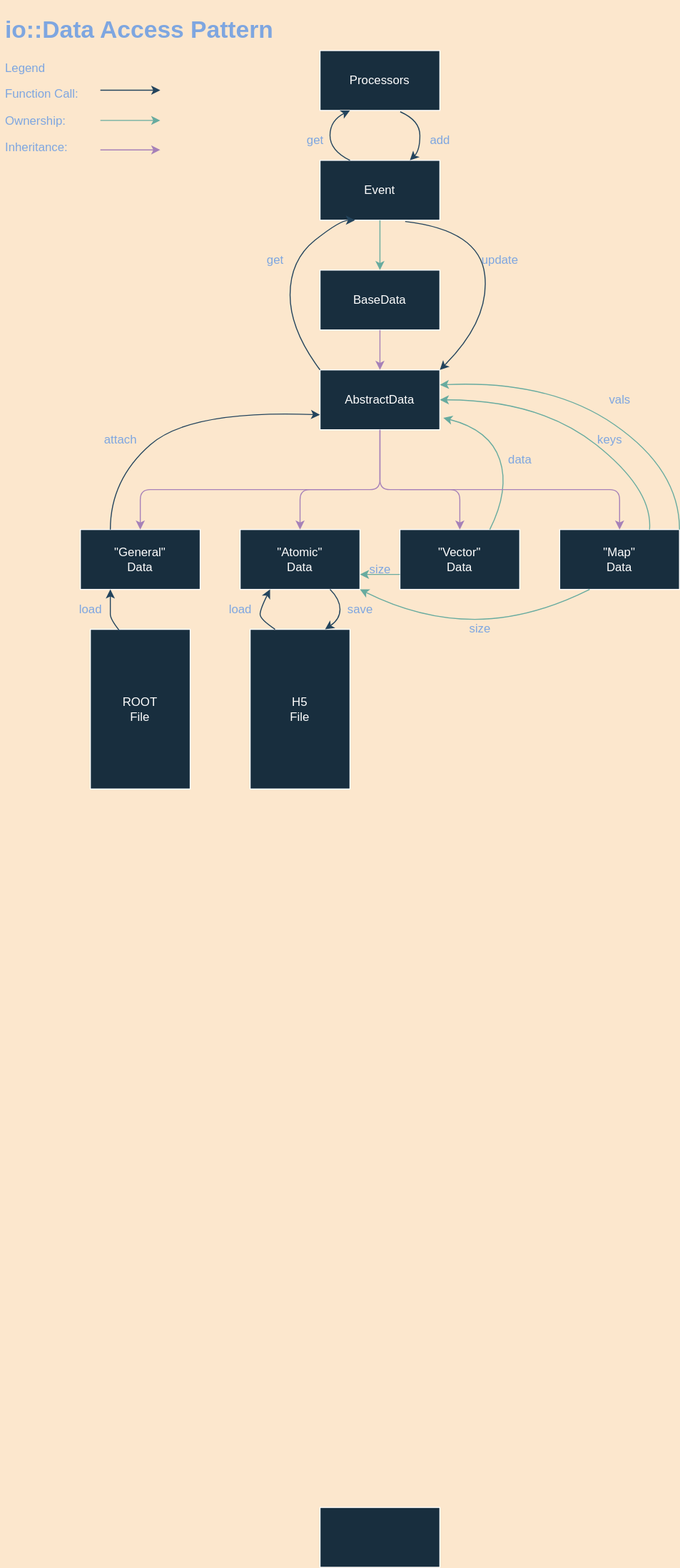
Above: docs/fire_io_Data_AccessPattern.svg in LDMX-Software/fire (draw.io), before the change. Source tidied: cells renumbered, new cells last; positions are measured from the earlier drawing's top-left corner, leaving out a move shared by most shapes.
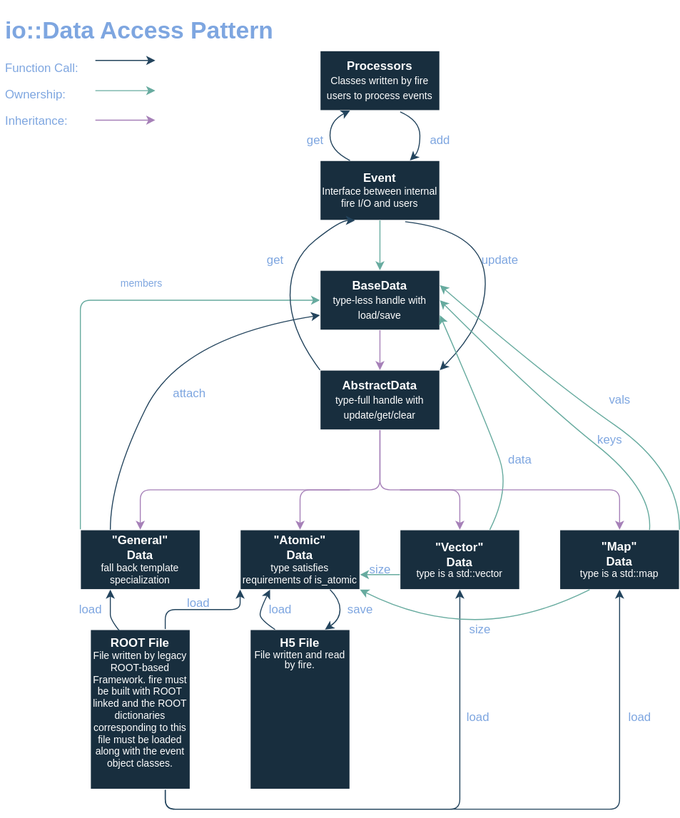
Later version of the same file.

Commit message:
copy in first draft of io::Data access pattern diagram

Diff of the diagram source:
```diff
@@ -1,44 +1,53 @@
-<mxGraphModel background="#FCE7CD">
+<mxGraphModel>
   <root>
     <mxCell id="0" />
     <mxCell id="1" parent="0" />
-    <mxCell id="2" style="whiteSpace=wrap;html=1;fillColor=#182E3E;strokeColor=#FFFFFF;fontColor=#FFFFFF;" parent="1" vertex="1">
-      <mxGeometry x="320" y="1500" width="120" height="60" as="geometry" />
-    </mxCell>
-    <mxCell id="3" value="Processors" style="whiteSpace=wrap;html=1;fillColor=#182E3E;strokeColor=#FFFFFF;fontColor=#FFFFFF;" parent="1" vertex="1">
+    <mxCell id="3" value="&lt;div style=&quot;&quot;&gt;&lt;b&gt;Processors&lt;/b&gt;&lt;/div&gt;&lt;font size=&quot;1&quot;&gt;Classes written by fire users to process events&lt;/font&gt;" style="whiteSpace=wrap;html=1;fillColor=#182E3E;strokeColor=#FFFFFF;fontColor=#FFFFFF;" parent="1" vertex="1">
       <mxGeometry x="320" y="40" width="120" height="60" as="geometry" />
     </mxCell>
-    <mxCell id="4" value="&lt;div&gt;Event&lt;/div&gt;" style="whiteSpace=wrap;html=1;fillColor=#182E3E;strokeColor=#FFFFFF;fontColor=#FFFFFF;" parent="1" vertex="1">
+    <mxCell id="4" value="&lt;div&gt;&lt;b&gt;Event&lt;/b&gt;&lt;/div&gt;&lt;div style=&quot;font-size: 10px;&quot;&gt;Interface between internal fire I/O and users&lt;br&gt;&lt;/div&gt;" style="whiteSpace=wrap;html=1;fillColor=#182E3E;strokeColor=#FFFFFF;fontColor=#FFFFFF;" parent="1" vertex="1">
       <mxGeometry x="320" y="150" width="120" height="60" as="geometry" />
     </mxCell>
-    <mxCell id="5" value="&lt;div&gt;BaseData&lt;/div&gt;" style="whiteSpace=wrap;html=1;fillColor=#182E3E;strokeColor=#FFFFFF;fontColor=#FFFFFF;" parent="1" vertex="1">
+    <mxCell id="5" value="&lt;div&gt;&lt;b&gt;BaseData&lt;/b&gt;&lt;/div&gt;&lt;div&gt;&lt;font style=&quot;font-size: 10px; line-height: 1;&quot;&gt;type-less handle with load/save&lt;/font&gt;&lt;br&gt;&lt;/div&gt;" style="whiteSpace=wrap;html=1;fillColor=#182E3E;strokeColor=#FFFFFF;fontColor=#FFFFFF;" parent="1" vertex="1">
       <mxGeometry x="320" y="260" width="120" height="60" as="geometry" />
     </mxCell>
-    <mxCell id="6" value="AbstractData" style="whiteSpace=wrap;html=1;fillColor=#182E3E;strokeColor=#FFFFFF;fontColor=#FFFFFF;" parent="1" vertex="1">
+    <mxCell id="6" value="&lt;div&gt;&lt;b&gt;AbstractData&lt;/b&gt;&lt;/div&gt;&lt;font size=&quot;1&quot;&gt;type-full handle with update/get/clear&lt;/font&gt;" style="whiteSpace=wrap;html=1;fillColor=#182E3E;strokeColor=#FFFFFF;fontColor=#FFFFFF;" parent="1" vertex="1">
       <mxGeometry x="320" y="360" width="120" height="60" as="geometry" />
     </mxCell>
+    <mxCell id="49" style="edgeStyle=orthogonalEdgeStyle;curved=0;rounded=1;sketch=0;jettySize=auto;html=1;exitX=0;exitY=0;exitDx=0;exitDy=0;entryX=0;entryY=0.5;entryDx=0;entryDy=0;fontSize=10;fontColor=#7EA6E0;strokeColor=#67AB9F;" parent="1" edge="1" source="7" target="5">
+      <mxGeometry relative="1" as="geometry" />
+    </mxCell>
-    <mxCell id="7" value="&lt;div&gt;&quot;General&quot;&lt;/div&gt;&lt;div&gt;Data&lt;br&gt;&lt;/div&gt;" style="whiteSpace=wrap;html=1;fillColor=#182E3E;strokeColor=#FFFFFF;fontColor=#FFFFFF;" parent="1" vertex="1">
+    <mxCell id="7" value="&lt;div&gt;&lt;b&gt;&quot;General&quot;&lt;/b&gt;&lt;/div&gt;&lt;div&gt;&lt;b&gt;Data&lt;/b&gt;&lt;/div&gt;&lt;div style=&quot;font-size: 10px;&quot;&gt;fall back template specialization&lt;br&gt;&lt;/div&gt;" style="whiteSpace=wrap;html=1;fillColor=#182E3E;strokeColor=#FFFFFF;fontColor=#FFFFFF;" parent="1" vertex="1">
       <mxGeometry x="80" y="520" width="120" height="60" as="geometry" />
     </mxCell>
-    <mxCell id="8" value="&lt;div&gt;&quot;Atomic&quot;&lt;/div&gt;&lt;div&gt;Data&lt;br&gt;&lt;/div&gt;" style="whiteSpace=wrap;html=1;fillColor=#182E3E;strokeColor=#FFFFFF;fontColor=#FFFFFF;" parent="1" vertex="1">
+    <mxCell id="8" value="&lt;div&gt;&lt;b&gt;&quot;Atomic&quot;&lt;/b&gt;&lt;/div&gt;&lt;div&gt;&lt;b&gt;Data&lt;/b&gt;&lt;/div&gt;&lt;div style=&quot;font-size: 10px;&quot;&gt;type satisfies requirements of is_atomic&lt;br&gt;&lt;/div&gt;" style="whiteSpace=wrap;html=1;fillColor=#182E3E;strokeColor=#FFFFFF;fontColor=#FFFFFF;" parent="1" vertex="1">
       <mxGeometry x="240" y="520" width="120" height="60" as="geometry" />
     </mxCell>
-    <mxCell id="9" value="&lt;div&gt;&quot;Vector&quot;&lt;/div&gt;&lt;div&gt;Data&lt;br&gt;&lt;/div&gt;" style="whiteSpace=wrap;html=1;fillColor=#182E3E;strokeColor=#FFFFFF;fontColor=#FFFFFF;" parent="1" vertex="1">
+    <mxCell id="9" value="&lt;div&gt;&lt;b&gt;&quot;Vector&quot;&lt;/b&gt;&lt;/div&gt;&lt;div&gt;&lt;b&gt;Data&lt;/b&gt;&lt;br&gt;&lt;/div&gt;&lt;div style=&quot;line-height: 1; font-size: 10px;&quot;&gt;type is a std::vector&lt;br&gt;&lt;/div&gt;" style="whiteSpace=wrap;html=1;fillColor=#182E3E;strokeColor=#FFFFFF;fontColor=#FFFFFF;" parent="1" vertex="1">
       <mxGeometry x="400" y="520" width="120" height="60" as="geometry" />
     </mxCell>
-    <mxCell id="10" value="&lt;div&gt;&quot;Map&quot;&lt;/div&gt;&lt;div&gt;Data&lt;br&gt;&lt;/div&gt;" style="whiteSpace=wrap;html=1;fillColor=#182E3E;strokeColor=#FFFFFF;fontColor=#FFFFFF;" parent="1" vertex="1">
+    <mxCell id="10" value="&lt;div&gt;&lt;b&gt;&quot;Map&quot;&lt;/b&gt;&lt;/div&gt;&lt;div&gt;&lt;b&gt;Data&lt;br&gt;&lt;/b&gt;&lt;/div&gt;&lt;div style=&quot;font-size: 10px;&quot;&gt;type is a std::map&lt;br&gt;&lt;/div&gt;" style="whiteSpace=wrap;html=1;fillColor=#182E3E;strokeColor=#FFFFFF;fontColor=#FFFFFF;" parent="1" vertex="1">
       <mxGeometry x="560" y="520" width="120" height="60" as="geometry" />
     </mxCell>
-    <mxCell id="11" value="&lt;div&gt;H5 &lt;br&gt;&lt;/div&gt;&lt;div&gt;File&lt;/div&gt;" style="whiteSpace=wrap;html=1;fillColor=#182E3E;strokeColor=#FFFFFF;fontColor=#FFFFFF;" parent="1" vertex="1">
+    <mxCell id="11" value="&lt;div&gt;&lt;b&gt;H5 File&lt;/b&gt;&lt;/div&gt;&lt;div style=&quot;line-height: 1; font-size: 10px;&quot;&gt;File written and read by fire.&lt;br&gt;&lt;/div&gt;" style="whiteSpace=wrap;html=1;fillColor=#182E3E;strokeColor=#FFFFFF;fontColor=#FFFFFF;verticalAlign=top;" parent="1" vertex="1">
       <mxGeometry x="250" y="620" width="100" height="160" as="geometry" />
     </mxCell>
+    <mxCell id="50" style="edgeStyle=orthogonalEdgeStyle;curved=0;rounded=1;sketch=0;jettySize=auto;html=1;exitX=0.75;exitY=1;exitDx=0;exitDy=0;entryX=0.5;entryY=1;entryDx=0;entryDy=0;fontSize=10;fontColor=#7EA6E0;strokeColor=#23445D;" parent="1" edge="1" source="12" target="9">
+      <mxGeometry relative="1" as="geometry" />
+    </mxCell>
+    <mxCell id="51" style="edgeStyle=orthogonalEdgeStyle;curved=0;rounded=1;sketch=0;jettySize=auto;html=1;exitX=0.75;exitY=1;exitDx=0;exitDy=0;entryX=0.5;entryY=1;entryDx=0;entryDy=0;fontSize=10;fontColor=#7EA6E0;strokeColor=#23445D;" parent="1" edge="1" source="12" target="10">
+      <mxGeometry relative="1" as="geometry" />
+    </mxCell>
+    <mxCell id="52" style="edgeStyle=orthogonalEdgeStyle;curved=0;rounded=1;sketch=0;jettySize=auto;html=1;exitX=0.75;exitY=0;exitDx=0;exitDy=0;entryX=0;entryY=1;entryDx=0;entryDy=0;fontSize=10;fontColor=#7EA6E0;strokeColor=#23445D;" parent="1" edge="1" source="12" target="8">
+      <mxGeometry relative="1" as="geometry" />
+    </mxCell>
-    <mxCell id="12" value="&lt;div&gt;ROOT&lt;/div&gt;&lt;div&gt; File&lt;/div&gt;" style="whiteSpace=wrap;html=1;fillColor=#182E3E;strokeColor=#FFFFFF;fontColor=#FFFFFF;" parent="1" vertex="1">
+    <mxCell id="12" value="&lt;div&gt;&lt;b&gt;ROOT File&lt;/b&gt;&lt;/div&gt;&lt;div style=&quot;font-size: 10px;&quot;&gt;File written by legacy ROOT-based Framework. fire must be built with ROOT linked and the ROOT dictionaries corresponding to this file must be loaded along with the event object classes.&lt;br&gt;&lt;/div&gt;" style="whiteSpace=wrap;html=1;fillColor=#182E3E;strokeColor=#FFFFFF;fontColor=#FFFFFF;verticalAlign=top;" parent="1" vertex="1">
       <mxGeometry x="90" y="620" width="100" height="160" as="geometry" />
     </mxCell>
     <mxCell id="13" style="endArrow=classic;html=1;exitX=0.5;exitY=1;exitDx=0;exitDy=0;entryX=0.5;entryY=0;entryDx=0;entryDy=0;labelBackgroundColor=#FCE7CD;strokeColor=#A680B8;" parent="1" edge="1" source="5" target="6">
       <mxGeometry relative="1" as="geometry" />
     </mxCell>
-    <mxCell id="14" value="&lt;p style=&quot;line-height: 0.9;&quot;&gt;&lt;/p&gt;&lt;h1&gt;io::Data Access Pattern&lt;br&gt;&lt;/h1&gt;&lt;p&gt;Legend&lt;/p&gt;&lt;p&gt;Function Call:&lt;/p&gt;&lt;p&gt;Ownership:&lt;/p&gt;&lt;p&gt;Inheritance:&lt;br&gt;&lt;/p&gt;&lt;p&gt;&lt;/p&gt;" style="text;html=1;strokeColor=none;fillColor=none;spacing=5;spacingTop=-20;whiteSpace=wrap;overflow=hidden;rounded=0;sketch=0;fontColor=#7EA6E0;" parent="1" vertex="1">
+    <mxCell id="14" value="&lt;p style=&quot;line-height: 0.9;&quot;&gt;&lt;/p&gt;&lt;h1&gt;io::Data Access Pattern&lt;br&gt;&lt;/h1&gt;&lt;p&gt;Function Call:&lt;/p&gt;&lt;p&gt;Ownership:&lt;/p&gt;&lt;p&gt;Inheritance:&lt;br&gt;&lt;/p&gt;&lt;p&gt;&lt;/p&gt;" style="text;html=1;strokeColor=none;fillColor=none;spacing=5;spacingTop=-20;whiteSpace=wrap;overflow=hidden;rounded=0;sketch=0;fontColor=#7EA6E0;" parent="1" vertex="1">
       <mxGeometry width="280" height="160" as="geometry" />
     </mxCell>
     <mxCell id="15" style="curved=1;endArrow=classic;html=1;rounded=1;sketch=0;fontColor=#7EA6E0;strokeColor=#23445D;entryX=0.25;entryY=1;entryDx=0;entryDy=0;exitX=0.25;exitY=0;exitDx=0;exitDy=0;" parent="1" edge="1" source="4" target="3">
@@ -91,16 +100,16 @@
     <mxCell id="23" style="endArrow=classic;html=1;rounded=1;sketch=0;fontColor=#7EA6E0;strokeColor=#67AB9F;curved=0;entryX=0.5;entryY=0;entryDx=0;entryDy=0;exitX=0.5;exitY=1;exitDx=0;exitDy=0;" parent="1" edge="1" source="4" target="5">
       <mxGeometry relative="1" as="geometry" />
     </mxCell>
-    <mxCell id="24" style="curved=1;endArrow=classic;html=1;rounded=1;sketch=0;fontColor=#7EA6E0;strokeColor=#23445D;exitX=0.25;exitY=0;exitDx=0;exitDy=0;entryX=0;entryY=0.75;entryDx=0;entryDy=0;" parent="1" edge="1" source="7" target="6">
+    <mxCell id="24" style="curved=1;endArrow=classic;html=1;rounded=1;sketch=0;fontColor=#7EA6E0;strokeColor=#23445D;exitX=0.25;exitY=0;exitDx=0;exitDy=0;entryX=0;entryY=0.75;entryDx=0;entryDy=0;" parent="1" edge="1" source="7" target="5">
       <mxGeometry relative="1" as="geometry">
         <Array as="points">
           <mxPoint x="110" y="470" />
-          <mxPoint x="190" y="400" />
+          <mxPoint x="181" y="327" />
         </Array>
       </mxGeometry>
     </mxCell>
     <mxCell id="25" value="attach" style="text;html=1;align=center;verticalAlign=middle;strokeColor=none;fillColor=none;fontColor=#7EA6E0;" parent="1" vertex="1">
-      <mxGeometry x="95" y="420" width="50" height="20" as="geometry" />
+      <mxGeometry x="164" y="374" width="50" height="20" as="geometry" />
     </mxCell>
     <mxCell id="26" style="endArrow=classic;html=1;rounded=1;sketch=0;fontColor=#7EA6E0;strokeColor=#67AB9F;curved=0;exitX=0;exitY=0.75;exitDx=0;exitDy=0;entryX=1;entryY=0.75;entryDx=0;entryDy=0;" parent="1" edge="1" source="9" target="8">
       <mxGeometry relative="1" as="geometry" />
@@ -119,7 +128,7 @@
     <mxCell id="29" value="size" style="text;html=1;align=center;verticalAlign=middle;strokeColor=none;fillColor=none;fontColor=#7EA6E0;" parent="1" vertex="1">
       <mxGeometry x="460" y="610" width="40" height="20" as="geometry" />
     </mxCell>
-    <mxCell id="30" style="curved=1;endArrow=classic;html=1;rounded=1;sketch=0;fontColor=#7EA6E0;strokeColor=#67AB9F;exitX=0.75;exitY=0;exitDx=0;exitDy=0;entryX=1.029;entryY=0.802;entryDx=0;entryDy=0;entryPerimeter=0;" parent="1" edge="1" source="9" target="6">
+    <mxCell id="30" style="curved=1;endArrow=classic;html=1;rounded=1;sketch=0;fontColor=#7EA6E0;strokeColor=#67AB9F;exitX=0.75;exitY=0;exitDx=0;exitDy=0;entryX=1;entryY=0.75;entryDx=0;entryDy=0;" parent="1" edge="1" source="9" target="5">
       <mxGeometry relative="1" as="geometry">
         <Array as="points">
           <mxPoint x="510" y="480" />
@@ -127,7 +136,7 @@
         </Array>
       </mxGeometry>
     </mxCell>
-    <mxCell id="31" style="curved=1;endArrow=classic;html=1;rounded=1;sketch=0;fontColor=#7EA6E0;strokeColor=#67AB9F;exitX=0.75;exitY=0;exitDx=0;exitDy=0;entryX=1;entryY=0.5;entryDx=0;entryDy=0;" parent="1" edge="1" source="10" target="6">
+    <mxCell id="31" style="curved=1;endArrow=classic;html=1;rounded=1;sketch=0;fontColor=#7EA6E0;strokeColor=#67AB9F;exitX=0.75;exitY=0;exitDx=0;exitDy=0;entryX=1;entryY=0.5;entryDx=0;entryDy=0;" parent="1" edge="1" source="10" target="5">
       <mxGeometry relative="1" as="geometry">
         <Array as="points">
           <mxPoint x="653.3" y="480" />
@@ -135,7 +144,7 @@
         </Array>
       </mxGeometry>
     </mxCell>
-    <mxCell id="32" style="curved=1;endArrow=classic;html=1;rounded=1;sketch=0;fontColor=#7EA6E0;strokeColor=#67AB9F;exitX=1;exitY=0;exitDx=0;exitDy=0;entryX=1;entryY=0.25;entryDx=0;entryDy=0;" parent="1" edge="1" source="10" target="6">
+    <mxCell id="32" style="curved=1;endArrow=classic;html=1;rounded=1;sketch=0;fontColor=#7EA6E0;strokeColor=#67AB9F;exitX=1;exitY=0;exitDx=0;exitDy=0;entryX=1;entryY=0.25;entryDx=0;entryDy=0;" parent="1" edge="1" source="10" target="5">
       <mxGeometry relative="1" as="geometry">
         <Array as="points">
           <mxPoint x="680" y="460" />
@@ -172,7 +181,7 @@
       <mxGeometry x="340" y="590" width="40" height="20" as="geometry" />
     </mxCell>
     <mxCell id="39" value="load" style="text;html=1;align=center;verticalAlign=middle;strokeColor=none;fillColor=none;fontColor=#7EA6E0;" parent="1" vertex="1">
-      <mxGeometry x="220" y="590" width="40" height="20" as="geometry" />
+      <mxGeometry x="260" y="590" width="40" height="20" as="geometry" />
     </mxCell>
     <mxCell id="40" style="curved=1;endArrow=classic;html=1;rounded=1;sketch=0;fontColor=#7EA6E0;strokeColor=#23445D;entryX=0.25;entryY=1;entryDx=0;entryDy=0;exitX=0.292;exitY=0.009;exitDx=0;exitDy=0;exitPerimeter=0;" parent="1" edge="1" source="12" target="7">
       <mxGeometry relative="1" as="geometry">
@@ -187,20 +196,20 @@
     </mxCell>
     <mxCell id="42" style="endArrow=classic;html=1;rounded=1;sketch=0;fontColor=#7EA6E0;strokeColor=#23445D;curved=0;" parent="1" edge="1">
       <mxGeometry relative="1" as="geometry">
-        <mxPoint x="100" y="79.8" as="sourcePoint" />
-        <mxPoint x="160" y="79.8" as="targetPoint" />
+        <mxPoint x="95" y="49.8" as="sourcePoint" />
+        <mxPoint x="155" y="49.8" as="targetPoint" />
       </mxGeometry>
     </mxCell>
     <mxCell id="43" style="endArrow=classic;html=1;rounded=1;sketch=0;fontColor=#7EA6E0;strokeColor=#67AB9F;curved=0;" parent="1" edge="1">
       <mxGeometry relative="1" as="geometry">
-        <mxPoint x="100" y="110" as="sourcePoint" />
-        <mxPoint x="160" y="110" as="targetPoint" />
+        <mxPoint x="95" y="80" as="sourcePoint" />
+        <mxPoint x="155" y="80" as="targetPoint" />
       </mxGeometry>
     </mxCell>
     <mxCell id="44" style="endArrow=classic;html=1;rounded=1;sketch=0;fontColor=#7EA6E0;strokeColor=#A680B8;curved=0;" parent="1" edge="1">
       <mxGeometry relative="1" as="geometry">
-        <mxPoint x="100" y="139.5" as="sourcePoint" />
-        <mxPoint x="160" y="139.5" as="targetPoint" />
+        <mxPoint x="95" y="109.5" as="sourcePoint" />
+        <mxPoint x="155" y="109.5" as="targetPoint" />
       </mxGeometry>
     </mxCell>
     <mxCell id="45" style="endArrow=classic;html=1;rounded=1;sketch=0;fontColor=#7EA6E0;strokeColor=#A680B8;curved=0;exitX=0.5;exitY=1;exitDx=0;exitDy=0;entryX=0.5;entryY=0;entryDx=0;entryDy=0;" parent="1" edge="1" source="6" target="8">
@@ -238,5 +247,17 @@
         </Array>
       </mxGeometry>
     </mxCell>
+    <mxCell id="53" value="load" style="text;html=1;align=center;verticalAlign=middle;strokeColor=none;fillColor=none;fontColor=#7EA6E0;" parent="1" vertex="1">
+      <mxGeometry x="178" y="584" width="40" height="20" as="geometry" />
+    </mxCell>
+    <mxCell id="54" value="load" style="text;html=1;align=center;verticalAlign=middle;strokeColor=none;fillColor=none;fontColor=#7EA6E0;" parent="1" vertex="1">
+      <mxGeometry x="458" y="698" width="40" height="20" as="geometry" />
+    </mxCell>
+    <mxCell id="55" value="load" style="text;html=1;align=center;verticalAlign=middle;strokeColor=none;fillColor=none;fontColor=#7EA6E0;rotation=0;" parent="1" vertex="1">
+      <mxGeometry x="620" y="698" width="40" height="20" as="geometry" />
+    </mxCell>
+    <mxCell id="56" value="members" style="text;html=1;align=center;verticalAlign=middle;strokeColor=none;fillColor=none;fontSize=10;fontColor=#7EA6E0;" parent="1" vertex="1">
+      <mxGeometry x="115" y="265" width="52" height="16" as="geometry" />
+    </mxCell>
   </root>
 </mxGraphModel>
```
